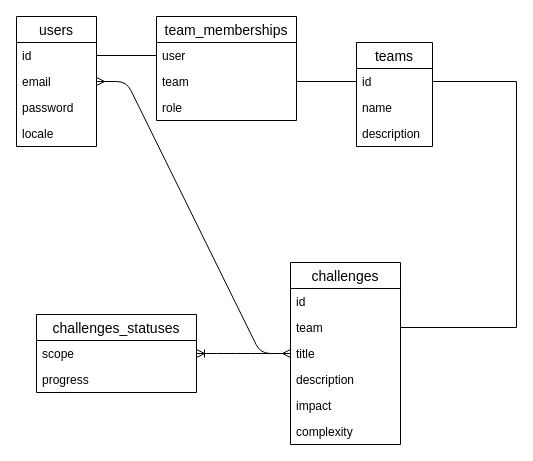
Earlier version of the draw.io diagram data.drawio (joaomelo/arc). Source tidied: cells renumbered, new cells numbered last; positions are measured from the earlier drawing's top-left corner, leaving out a move shared by most shapes. Both pictures are drawn from the tidied source at 100%, with x=0, y=0 at pixel (16, 16).
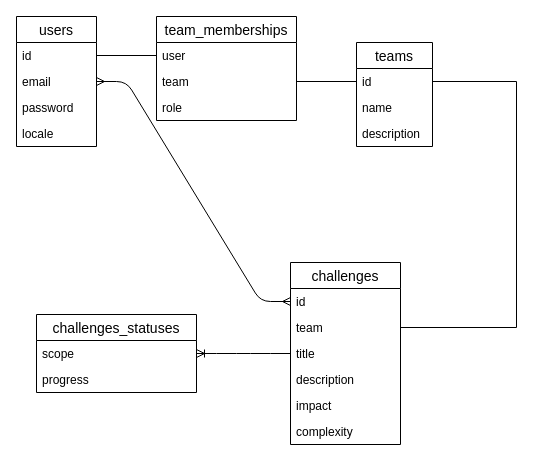
The same page after the edit.

Unchanged cells that the change refers to:
```xml
<mxCell id="8" value="users" style="swimlane;fontStyle=0;horizontal=1;startSize=26;align=center;fontSize=14;" parent="1" vertex="1">
  <mxGeometry width="80" height="130" as="geometry" />
</mxCell>
<mxCell id="18" value="challenges" style="swimlane;fontStyle=0;horizontal=1;startSize=26;align=center;fontSize=14;" parent="1" vertex="1">
  <mxGeometry x="274" y="246" width="110" height="182" as="geometry" />
</mxCell>
<mxCell id="19" value="id" style="text;strokeColor=none;fillColor=none;spacingLeft=4;spacingRight=4;overflow=hidden;points=[[0,0.5],[1,0.5]];portConstraint=eastwest;fontSize=12;" parent="18" vertex="1">
  <mxGeometry y="26" width="110" height="26" as="geometry" />
</mxCell>
```

What changed in the source:
```diff
@@
-    <mxCell id="25" style="edgeStyle=entityRelationEdgeStyle;fontSize=12;html=1;endArrow=ERmany;startArrow=ERmany;" parent="1" edge="1" source="8" target="18">
+    <mxCell id="25" style="edgeStyle=entityRelationEdgeStyle;fontSize=12;html=1;endArrow=ERmany;startArrow=ERmany;" parent="1" edge="1" source="8" target="19">
       <mxGeometry relative="1" as="geometry" />
     </mxCell>
```
